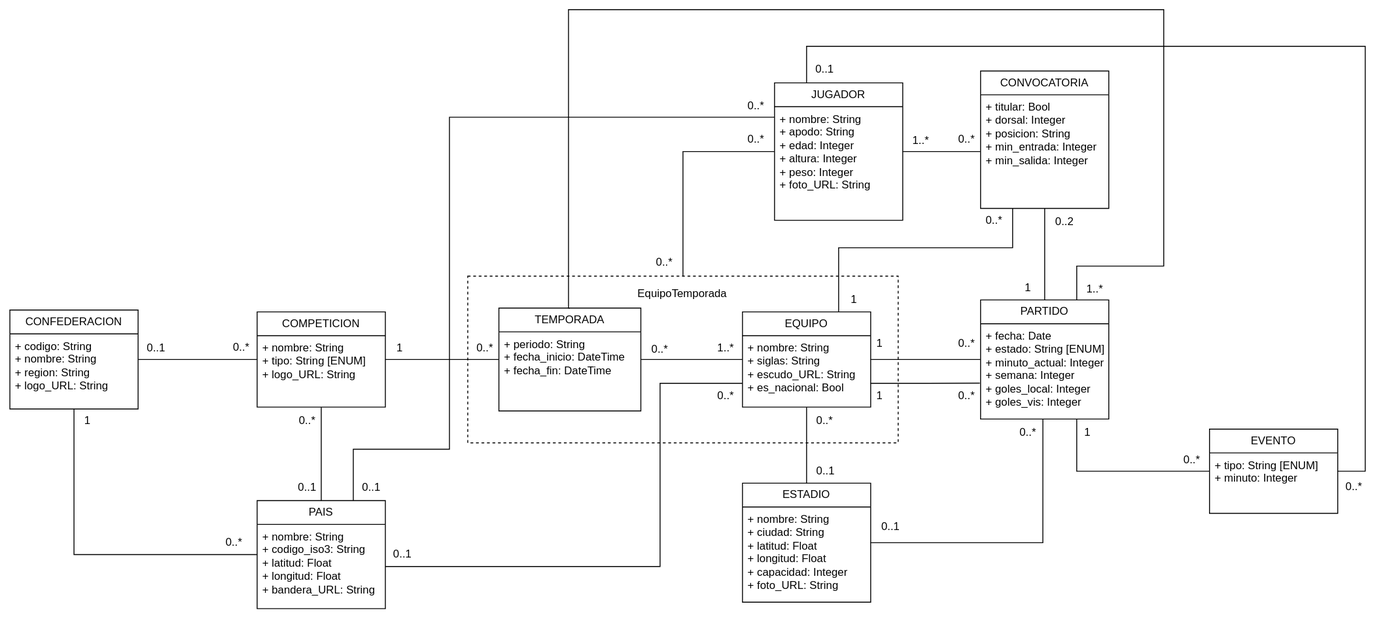
Above: ModeloDominio.svg in FDB-52450/TPI_GeoFootball04 (draw.io), before the change. Source tidied: cells renumbered, new cells last; positions are measured from the earlier drawing's top-left corner, leaving out a move shared by most shapes.
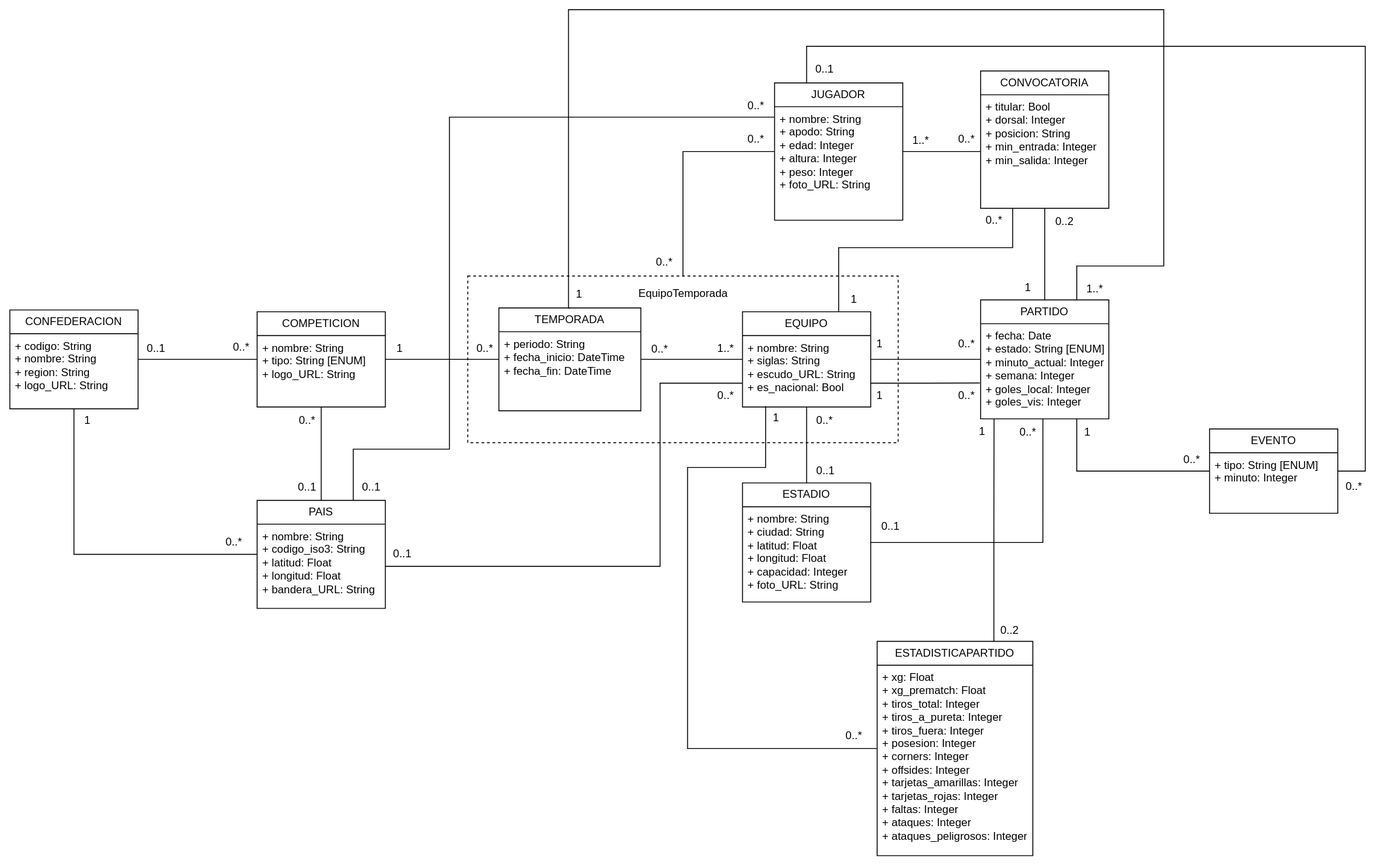
After the commit.

Commit message:
docs: actualizar modelo de dominio y agregar comando para inicializar todo el sistema (backend + redis + frontend)

What changed in the source:
```diff
@@ -256,5 +256,38 @@
     <mxCell id="76" value="EquipoTemporada" style="text;html=1;whiteSpace=wrap;strokeColor=none;fillColor=none;align=center;verticalAlign=middle;rounded=0;" parent="1" vertex="1">
       <mxGeometry x="657.5" y="295" width="155" height="30" as="geometry" />
     </mxCell>
+    <mxCell id="77" value="ESTADISTICAPARTIDO" style="swimlane;fontStyle=0;horizontal=1;startSize=26;fillColor=none;whiteSpace=wrap;html=1;" parent="1" vertex="1">
+      <mxGeometry x="947" y="690" width="170" height="234" as="geometry" />
+    </mxCell>
+    <mxCell id="78" value="&lt;div&gt;+ xg: Float&lt;/div&gt;+ xg_prematch: Float&lt;div&gt;+ tiros_total: Integer&lt;/div&gt;&lt;div&gt;+ tiros_a_pureta: Integer&lt;/div&gt;&lt;div&gt;+ tiros_fuera: Integer&lt;/div&gt;&lt;div&gt;+ posesion: Integer&lt;/div&gt;&lt;div&gt;+ corners: Integer&lt;/div&gt;&lt;div&gt;+ offsides: Integer&lt;/div&gt;&lt;div&gt;+ tarjetas_amarillas: Integer&lt;/div&gt;&lt;div&gt;+ tarjetas_rojas: Integer&lt;/div&gt;&lt;div&gt;+ faltas: Integer&lt;/div&gt;&lt;div&gt;+ ataques: Integer&lt;/div&gt;&lt;div&gt;+ ataques_peligrosos: Integer&lt;/div&gt;" style="text;strokeColor=none;fillColor=none;align=left;verticalAlign=top;spacingLeft=4;spacingRight=4;overflow=hidden;whiteSpace=wrap;html=1;" parent="77" vertex="1">
+      <mxGeometry y="26" width="170" height="208" as="geometry" />
+    </mxCell>
+    <mxCell id="79" style="edgeStyle=orthogonalEdgeStyle;rounded=0;jettySize=auto;html=1;exitX=0;exitY=0.5;exitDx=0;exitDy=0;entryX=0.181;entryY=0.99;entryDx=0;entryDy=0;entryPerimeter=0;defaultLabelBackgroundColor=page;labelPadding=0 4;endArrow=none;endFill=0;" parent="1" edge="1" source="77" target="19">
+      <mxGeometry relative="1" as="geometry">
+        <Array as="points">
+          <mxPoint x="740" y="807" />
+          <mxPoint x="740" y="500" />
+          <mxPoint x="825.3" y="500" />
+        </Array>
+      </mxGeometry>
+    </mxCell>
+    <mxCell id="80" style="edgeStyle=orthogonalEdgeStyle;rounded=0;jettySize=auto;html=1;exitX=0.75;exitY=0;exitDx=0;exitDy=0;entryX=0.105;entryY=1.003;entryDx=0;entryDy=0;entryPerimeter=0;defaultLabelBackgroundColor=page;labelPadding=0 4;endArrow=none;endFill=0;" parent="1" edge="1" source="77" target="13">
+      <mxGeometry x="0.01" relative="1" as="geometry" />
+    </mxCell>
+    <mxCell id="81" value="0..2" style="text;html=1;whiteSpace=wrap;strokeColor=none;fillColor=none;align=center;verticalAlign=middle;rounded=0;" parent="1" vertex="1">
+      <mxGeometry x="1067" y="663" width="50" height="30" as="geometry" />
+    </mxCell>
+    <mxCell id="82" value="0..*" style="text;html=1;whiteSpace=wrap;strokeColor=none;fillColor=none;align=center;verticalAlign=middle;rounded=0;" parent="1" vertex="1">
+      <mxGeometry x="897" y="778" width="50" height="30" as="geometry" />
+    </mxCell>
+    <mxCell id="83" value="1" style="text;html=1;whiteSpace=wrap;strokeColor=none;fillColor=none;align=center;verticalAlign=middle;rounded=0;" parent="1" vertex="1">
+      <mxGeometry x="1037" y="446" width="50" height="30" as="geometry" />
+    </mxCell>
+    <mxCell id="84" value="1" style="text;html=1;whiteSpace=wrap;strokeColor=none;fillColor=none;align=center;verticalAlign=middle;rounded=0;" parent="1" vertex="1">
+      <mxGeometry x="811.5" y="431" width="50" height="30" as="geometry" />
+    </mxCell>
+    <mxCell id="85" value="1" style="text;html=1;whiteSpace=wrap;strokeColor=none;fillColor=none;align=center;verticalAlign=middle;rounded=0;" parent="1" vertex="1">
+      <mxGeometry x="596.5" y="295.8" width="50" height="30" as="geometry" />
+    </mxCell>
   </root>
 </mxGraphModel>
```
